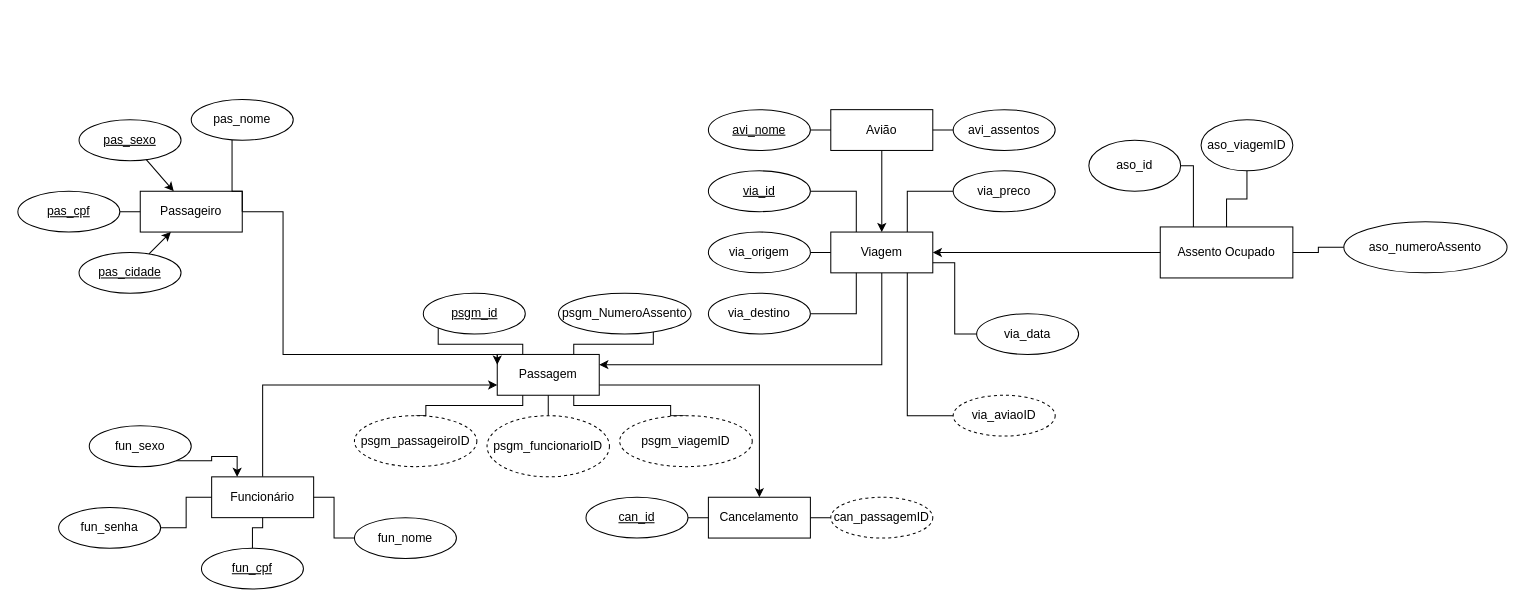
The draw.io diagram Documentos/AeroDevDiagrama-v03.drawio in luan-adao/AeroDev01, before the edit. Source tidied: cells renumbered, new cells numbered last; positions are measured from the earlier drawing's top-left corner, leaving out a move shared by most shapes. Both pictures are drawn from the tidied source at 102%, with x=0, y=0 at pixel (17, 99).
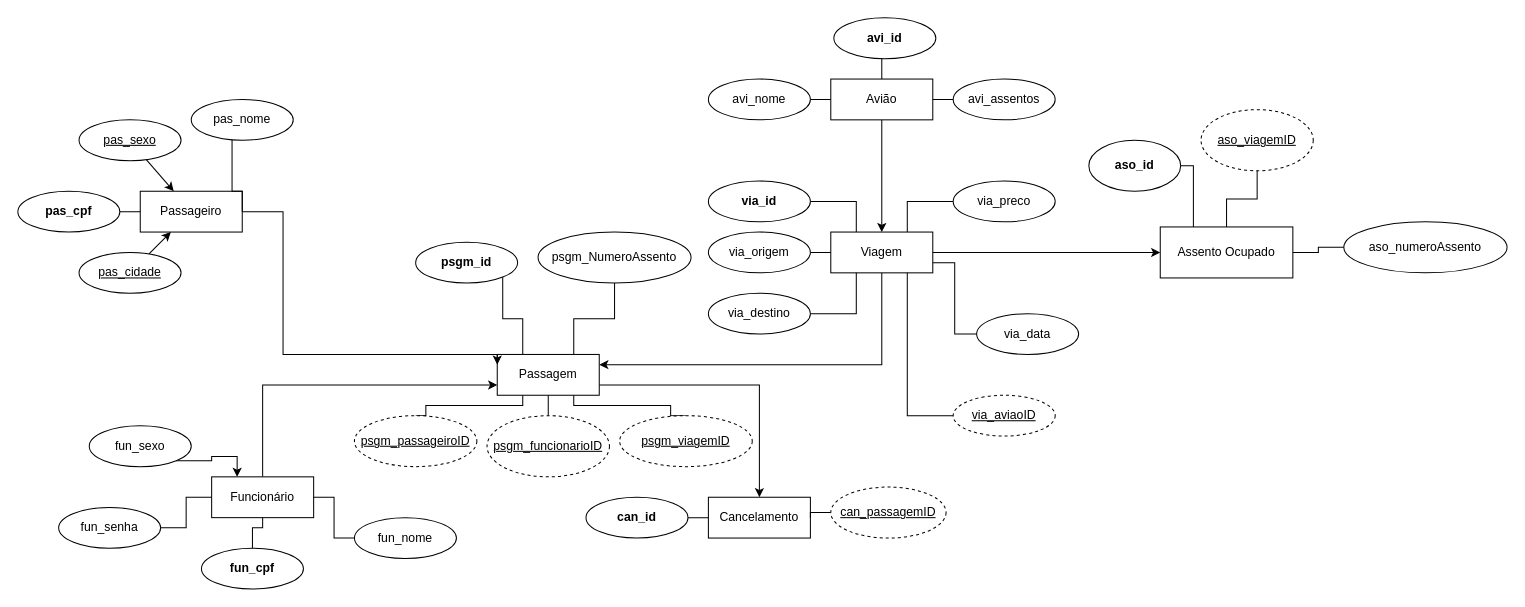
The same page after the edit.

Commit message (it also covers changes not shown here):
Diagrama atualizado

Unchanged cells that the change refers to:
```xml
<mxCell id="3" value="Passagem" style="whiteSpace=wrap;html=1;align=center;" parent="1" vertex="1">
  <mxGeometry x="470" y="250" width="100" height="40" as="geometry" />
</mxCell>
<mxCell id="9" value="Viagem" style="whiteSpace=wrap;html=1;align=center;" parent="1" vertex="1">
  <mxGeometry x="797" y="130" width="100" height="40" as="geometry" />
</mxCell>
<mxCell id="57" value="Assento Ocupado" style="rounded=0;whiteSpace=wrap;html=1;" parent="1" vertex="1">
  <mxGeometry x="1120" y="125" width="130" height="50" as="geometry" />
</mxCell>
```

Diff of the diagram source:
```diff
@@
     <mxCell id="11" value="Avião" style="whiteSpace=wrap;html=1;align=center;" parent="1" vertex="1">
-      <mxGeometry x="797" y="10" width="100" height="40" as="geometry" />
+      <mxGeometry x="797" y="-20" width="100" height="40" as="geometry" />
     </mxCell>
@@
     <mxCell id="13" value="avi_assentos" style="ellipse;whiteSpace=wrap;html=1;align=center;" parent="1" vertex="1">
-      <mxGeometry x="917" y="10" width="100" height="40" as="geometry" />
+      <mxGeometry x="917" y="-20" width="100" height="40" as="geometry" />
     </mxCell>
@@
-    <mxCell id="15" value="&lt;u&gt;avi_nome&lt;/u&gt;" style="ellipse;whiteSpace=wrap;html=1;align=center;" parent="1" vertex="1">
-      <mxGeometry x="677" y="10" width="100" height="40" as="geometry" />
+    <mxCell id="15" value="avi_nome" style="ellipse;whiteSpace=wrap;html=1;align=center;" parent="1" vertex="1">
+      <mxGeometry x="677" y="-20" width="100" height="40" as="geometry" />
     </mxCell>
@@
-    <mxCell id="17" value="via_id" style="ellipse;whiteSpace=wrap;html=1;align=center;fontStyle=4;" parent="1" vertex="1">
-      <mxGeometry x="677" y="70" width="100" height="40" as="geometry" />
+    <mxCell id="17" value="via_id" style="ellipse;whiteSpace=wrap;html=1;align=center;fontStyle=1;" parent="1" vertex="1">
+      <mxGeometry x="677" y="80" width="100" height="40" as="geometry" />
     </mxCell>
@@
-    <mxCell id="19" value="via_aviaoID" style="ellipse;whiteSpace=wrap;html=1;align=center;dashed=1;" parent="1" vertex="1">
+    <mxCell id="19" value="&lt;u&gt;via_aviaoID&lt;/u&gt;" style="ellipse;whiteSpace=wrap;html=1;align=center;dashed=1;" parent="1" vertex="1">
       <mxGeometry x="917" y="290" width="100" height="40" as="geometry" />
     </mxCell>
@@
     <mxCell id="22" value="via_preco" style="ellipse;whiteSpace=wrap;html=1;align=center;" parent="1" vertex="1">
-      <mxGeometry x="917" y="70" width="100" height="40" as="geometry" />
+      <mxGeometry x="917" y="80" width="100" height="40" as="geometry" />
     </mxCell>
@@
-    <mxCell id="28" value="pas_cpf" style="ellipse;whiteSpace=wrap;html=1;align=center;fontStyle=4;" parent="1" vertex="1">
+    <mxCell id="28" value="pas_cpf" style="ellipse;whiteSpace=wrap;html=1;align=center;fontStyle=1;" parent="1" vertex="1">
       <mxGeometry y="90" width="100" height="40" as="geometry" />
     </mxCell>
@@
-    <mxCell id="32" value="fun_cpf" style="ellipse;whiteSpace=wrap;html=1;align=center;fontStyle=4;" parent="1" vertex="1">
+    <mxCell id="32" value="fun_cpf" style="ellipse;whiteSpace=wrap;html=1;align=center;fontStyle=1;" parent="1" vertex="1">
       <mxGeometry x="180" y="440" width="100" height="40" as="geometry" />
     </mxCell>
@@
-    <mxCell id="38" style="edgeStyle=orthogonalEdgeStyle;rounded=0;jettySize=auto;html=1;entryX=0.25;entryY=0;entryDx=0;entryDy=0;exitX=0;exitY=1;exitDx=0;exitDy=0;endArrow=none;endFill=0;" parent="1" edge="1" source="39" target="3">
-      <mxGeometry relative="1" as="geometry">
-        <Array as="points">
-          <mxPoint x="412" y="240" />
-          <mxPoint x="495" y="240" />
-        </Array>
-      </mxGeometry>
-    </mxCell>
-    <mxCell id="39" value="psgm_id" style="ellipse;whiteSpace=wrap;html=1;align=center;fontStyle=4;" parent="1" vertex="1">
-      <mxGeometry x="397.5" y="190" width="100" height="40" as="geometry" />
+    <mxCell id="39" value="psgm_id" style="ellipse;whiteSpace=wrap;html=1;align=center;fontStyle=1;" parent="1" vertex="1">
+      <mxGeometry x="390" y="140" width="100" height="40" as="geometry" />
     </mxCell>
@@
-    <mxCell id="41" value="psgm_passageiroID" style="ellipse;whiteSpace=wrap;html=1;align=center;dashed=1;" parent="1" vertex="1">
+    <mxCell id="41" value="psgm_passageiroID" style="ellipse;whiteSpace=wrap;html=1;align=center;dashed=1;fontStyle=4;" parent="1" vertex="1">
       <mxGeometry x="330" y="310" width="120" height="50" as="geometry" />
     </mxCell>
@@
-    <mxCell id="43" value="psgm_funcionarioID" style="ellipse;whiteSpace=wrap;html=1;align=center;dashed=1;" parent="1" vertex="1">
+    <mxCell id="43" value="psgm_funcionarioID" style="ellipse;whiteSpace=wrap;html=1;align=center;dashed=1;fontStyle=4;" parent="1" vertex="1">
       <mxGeometry x="460" y="310" width="120" height="60" as="geometry" />
     </mxCell>
@@
-    <mxCell id="45" value="psgm_viagemID" style="ellipse;whiteSpace=wrap;html=1;align=center;dashed=1;" parent="1" vertex="1">
+    <mxCell id="45" value="psgm_viagemID" style="ellipse;whiteSpace=wrap;html=1;align=center;dashed=1;fontStyle=4;" parent="1" vertex="1">
       <mxGeometry x="590" y="310" width="130" height="50" as="geometry" />
     </mxCell>
-    <mxCell id="46" style="edgeStyle=orthogonalEdgeStyle;rounded=0;jettySize=auto;html=1;entryX=0.75;entryY=0;entryDx=0;entryDy=0;exitX=1;exitY=1;exitDx=0;exitDy=0;endArrow=none;endFill=0;" parent="1" edge="1" source="47" target="3">
-      <mxGeometry relative="1" as="geometry">
-        <Array as="points">
-          <mxPoint x="623" y="240" />
-          <mxPoint x="545" y="240" />
-        </Array>
-      </mxGeometry>
-    </mxCell>
     <mxCell id="47" value="psgm_NumeroAssento" style="ellipse;whiteSpace=wrap;html=1;align=center;" parent="1" vertex="1">
-      <mxGeometry x="530" y="190" width="130" height="40" as="geometry" />
+      <mxGeometry x="510" y="130" width="150" height="50" as="geometry" />
     </mxCell>
@@
-    <mxCell id="49" value="can_id" style="ellipse;whiteSpace=wrap;html=1;align=center;fontStyle=4;" parent="1" vertex="1">
+    <mxCell id="49" value="can_id" style="ellipse;whiteSpace=wrap;html=1;align=center;fontStyle=1;" parent="1" vertex="1">
       <mxGeometry x="557" y="390" width="100" height="40" as="geometry" />
     </mxCell>
@@
-    <mxCell id="51" value="can_passagemID" style="ellipse;whiteSpace=wrap;html=1;align=center;dashed=1;" parent="1" vertex="1">
-      <mxGeometry x="797" y="390" width="100" height="40" as="geometry" />
+    <mxCell id="51" value="can_passagemID" style="ellipse;whiteSpace=wrap;html=1;align=center;dashed=1;fontStyle=4;" parent="1" vertex="1">
+      <mxGeometry x="797" y="380" width="113" height="50" as="geometry" />
     </mxCell>
@@
-    <mxCell id="56" value="aso_id" style="ellipse;whiteSpace=wrap;html=1;" parent="1" vertex="1">
+    <mxCell id="56" value="&lt;b&gt;aso_id&lt;/b&gt;" style="ellipse;whiteSpace=wrap;html=1;" parent="1" vertex="1">
       <mxGeometry x="1050" y="40" width="90" height="50" as="geometry" />
     </mxCell>
@@
-    <mxCell id="58" value="aso_viagemID" style="ellipse;whiteSpace=wrap;html=1;" parent="1" vertex="1">
-      <mxGeometry x="1160" y="20" width="90" height="50" as="geometry" />
+    <mxCell id="58" value="&lt;u&gt;aso_viagemID&lt;/u&gt;" style="ellipse;whiteSpace=wrap;html=1;dashed=1;" parent="1" vertex="1">
+      <mxGeometry x="1160" y="10" width="110" height="60" as="geometry" />
     </mxCell>
@@
-    <mxCell id="66" style="endArrow=classic;html=1;rounded=0;edgeStyle=orthogonalEdgeStyle;exitX=0;exitY=0.5;exitDx=0;exitDy=0;entryX=1;entryY=0.5;entryDx=0;entryDy=0;" parent="1" edge="1" source="57" target="9">
+    <mxCell id="66" style="endArrow=classic;html=1;rounded=0;edgeStyle=orthogonalEdgeStyle;exitX=1;exitY=0.5;exitDx=0;exitDy=0;entryX=0;entryY=0.5;entryDx=0;entryDy=0;" parent="1" edge="1" source="9" target="57">
       <mxGeometry relative="1" as="geometry" />
     </mxCell>
+    <mxCell id="67" style="edgeStyle=orthogonalEdgeStyle;rounded=0;jettySize=auto;html=1;entryX=0.5;entryY=0;entryDx=0;entryDy=0;endArrow=none;endFill=0;exitX=0.5;exitY=1;exitDx=0;exitDy=0;" parent="1" edge="1" source="68" target="11">
+      <mxGeometry relative="1" as="geometry">
+        <Array as="points">
+          <mxPoint x="850" y="-50" />
+          <mxPoint x="847" y="-50" />
+        </Array>
+      </mxGeometry>
+    </mxCell>
+    <mxCell id="68" value="&lt;b&gt;avi_id&lt;/b&gt;" style="ellipse;whiteSpace=wrap;html=1;align=center;" parent="1" vertex="1">
+      <mxGeometry x="800" y="-80" width="100" height="40" as="geometry" />
+    </mxCell>
+    <mxCell id="69" style="edgeStyle=orthogonalEdgeStyle;rounded=0;orthogonalLoop=1;jettySize=auto;html=1;exitX=0.5;exitY=1;exitDx=0;exitDy=0;" parent="1" edge="1" source="22" target="22">
+      <mxGeometry relative="1" as="geometry" />
+    </mxCell>
+    <mxCell id="70" style="endArrow=none;html=1;rounded=0;edgeStyle=orthogonalEdgeStyle;exitX=0.75;exitY=0;exitDx=0;exitDy=0;entryX=0.5;entryY=1;entryDx=0;entryDy=0;" parent="1" edge="1" source="3" target="47">
+      <mxGeometry relative="1" as="geometry" />
+    </mxCell>
+    <mxCell id="71" style="endArrow=none;html=1;rounded=0;edgeStyle=orthogonalEdgeStyle;exitX=0.25;exitY=0;exitDx=0;exitDy=0;entryX=1;entryY=1;entryDx=0;entryDy=0;" parent="1" edge="1" source="3" target="39">
+      <mxGeometry relative="1" as="geometry" />
+    </mxCell>
```
